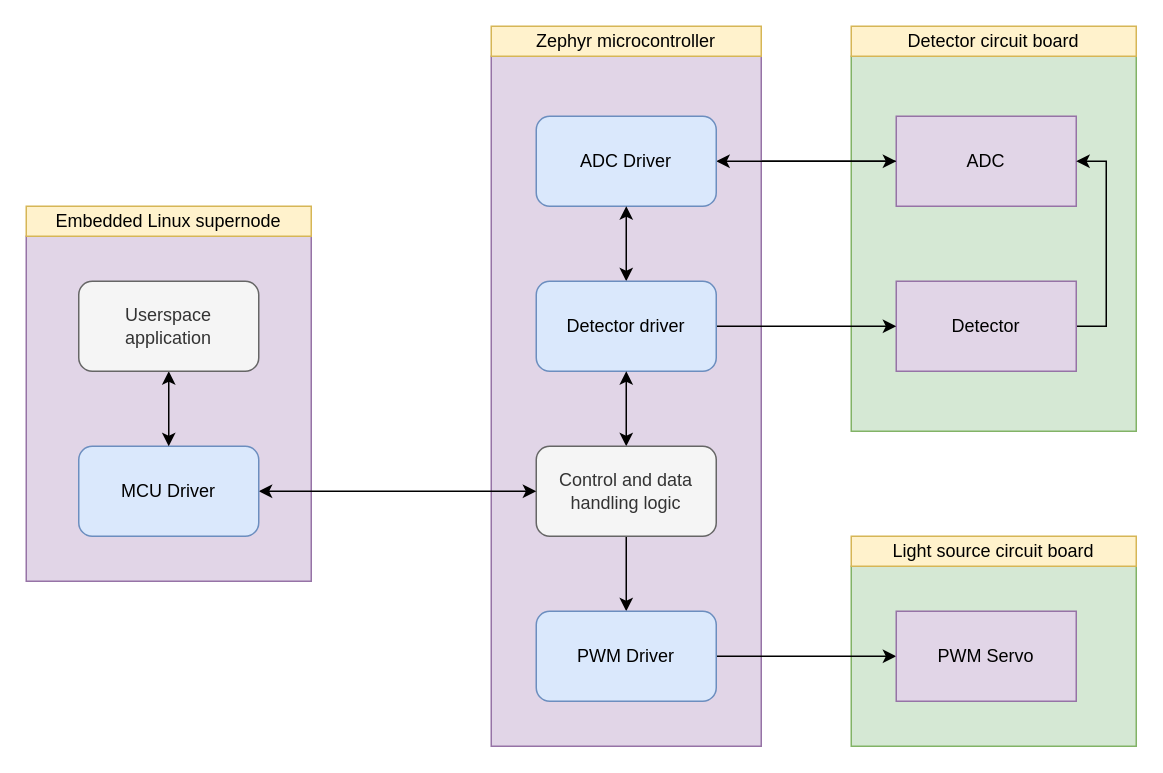
Before: charts/mcu.drawio in sesimo/monorepo, a draw.io diagram. Source tidied: cells renumbered, new cells numbered last; positions are measured from the earlier drawing's top-left corner, leaving out a move shared by most shapes. Both pictures are drawn from the tidied source at 150%, with x=0, y=0 at pixel (26, 26).
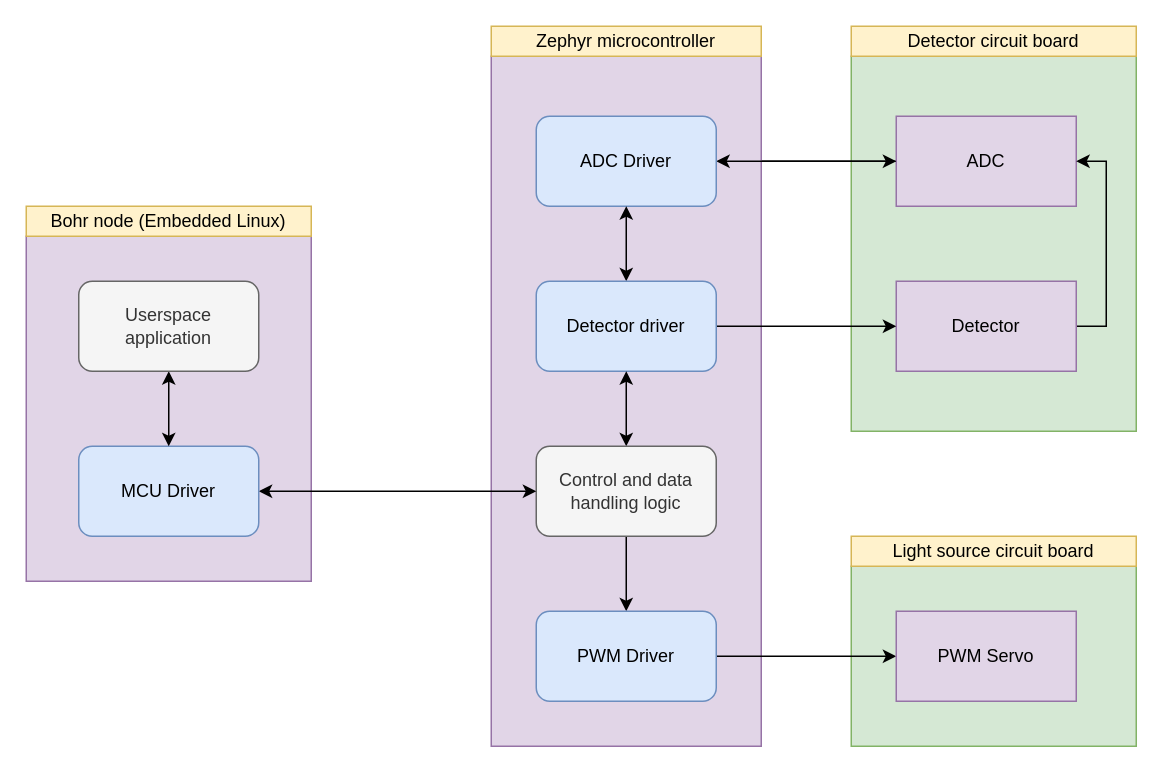
Above is the later version.

Commit message:
charts: Rename supernode to Bohr

The edit, as a diff of the source:
```diff
@@
-    <mxCell id="25" value="Embedded Linux supernode" style="rounded=0;whiteSpace=wrap;html=1;fillColor=#fff2cc;strokeColor=#d6b656;" parent="1" vertex="1">
+    <mxCell id="25" value="Bohr node (Embedded Linux)" style="rounded=0;whiteSpace=wrap;html=1;fillColor=#fff2cc;strokeColor=#d6b656;" parent="1" vertex="1">
       <mxGeometry y="120" width="190" height="20" as="geometry" />
     </mxCell>
```
